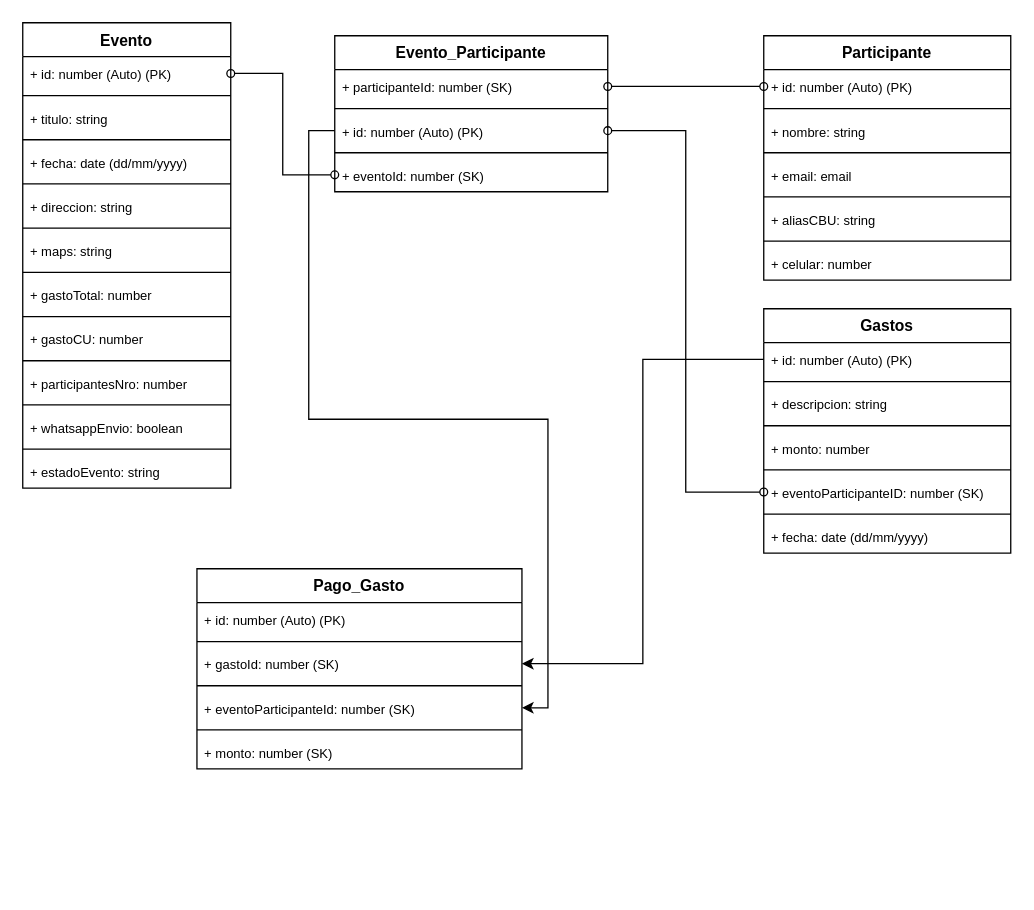
The draw.io diagram splitsmart.drawio in cbalucas/splitsmart, before the edit. Source tidied: cells renumbered, new cells numbered last; positions are measured from the earlier drawing's top-left corner, leaving out a move shared by most shapes. Both pictures are drawn from the tidied source at 130%, with x=0, y=0 at pixel (22, 22).
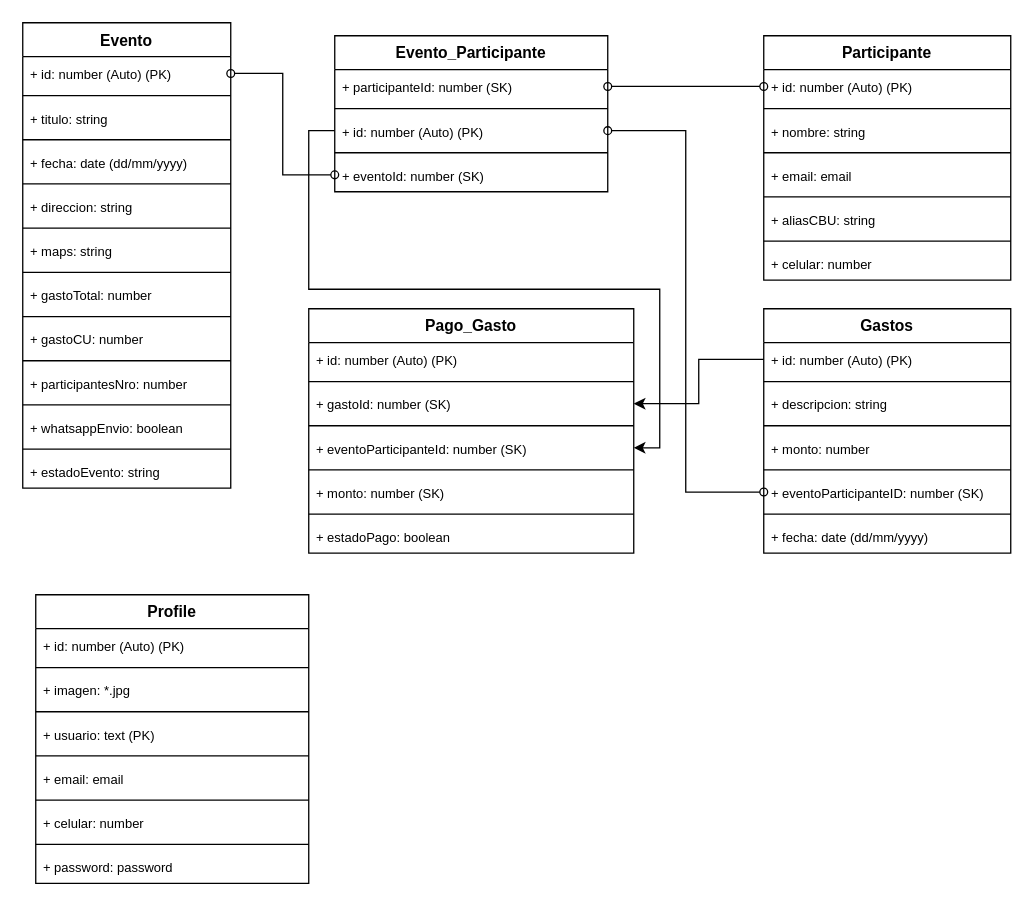
After the change.

What changed in the source:
```diff
@@
     <mxCell id="48" value="Pago_Gasto" style="swimlane;fontStyle=1;align=center;verticalAlign=top;horizontal=1;startSize=26;whiteSpace=wrap;html=1;" parent="1" vertex="1">
-      <mxGeometry x="134" y="420" width="250" height="154" as="geometry" />
+      <mxGeometry x="220" y="220" width="250" height="188" as="geometry" />
     </mxCell>
@@
+    <mxCell id="61" value="&lt;font style=&quot;font-size: 10px;&quot;&gt;+ monto: number (SK)&lt;/font&gt;" style="text;strokeColor=none;fillColor=none;align=left;verticalAlign=top;spacingLeft=4;spacingRight=4;overflow=hidden;whiteSpace=wrap;html=1;" parent="48" vertex="1">
+      <mxGeometry y="128" width="250" height="26" as="geometry" />
+    </mxCell>
+    <mxCell id="62" style="line;strokeWidth=1;fillColor=none;align=left;verticalAlign=middle;spacingTop=-1;spacingLeft=3;spacingRight=3;labelPosition=right;strokeColor=inherit;" parent="48" vertex="1">
+      <mxGeometry y="154" width="250" height="8" as="geometry" />
+    </mxCell>
-    <mxCell id="55" value="&lt;font style=&quot;font-size: 10px;&quot;&gt;+ monto: number (SK)&lt;/font&gt;" style="text;strokeColor=none;fillColor=none;align=left;verticalAlign=top;spacingLeft=4;spacingRight=4;overflow=hidden;whiteSpace=wrap;html=1;" parent="48" vertex="1">
-      <mxGeometry y="128" width="250" height="26" as="geometry" />
+    <mxCell id="55" value="&lt;font style=&quot;font-size: 10px;&quot;&gt;+ estadoPago: boolean&lt;/font&gt;" style="text;strokeColor=none;fillColor=none;align=left;verticalAlign=top;spacingLeft=4;spacingRight=4;overflow=hidden;whiteSpace=wrap;html=1;" parent="48" vertex="1">
+      <mxGeometry y="162" width="250" height="26" as="geometry" />
     </mxCell>
@@
+    <mxCell id="63" value="Profile" style="swimlane;fontStyle=1;align=center;verticalAlign=top;horizontal=1;startSize=26;whiteSpace=wrap;html=1;" parent="1" vertex="1">
+      <mxGeometry x="10" y="440" width="210" height="222" as="geometry" />
+    </mxCell>
+    <mxCell id="64" value="&lt;font style=&quot;font-size: 10px;&quot;&gt;+ id: number (Auto) (PK)&lt;/font&gt;" style="text;strokeColor=none;fillColor=none;align=left;verticalAlign=top;spacingLeft=4;spacingRight=4;overflow=hidden;whiteSpace=wrap;html=1;" parent="63" vertex="1">
+      <mxGeometry y="26" width="210" height="26" as="geometry" />
+    </mxCell>
+    <mxCell id="65" style="line;strokeWidth=1;fillColor=none;align=left;verticalAlign=middle;spacingTop=-1;spacingLeft=3;spacingRight=3;labelPosition=right;strokeColor=inherit;" parent="63" vertex="1">
+      <mxGeometry y="52" width="210" height="8" as="geometry" />
+    </mxCell>
+    <mxCell id="66" value="&lt;font style=&quot;font-size: 10px;&quot;&gt;+ imagen: *.jpg&lt;/font&gt;" style="text;strokeColor=none;fillColor=none;align=left;verticalAlign=top;spacingLeft=4;spacingRight=4;overflow=hidden;whiteSpace=wrap;html=1;" parent="63" vertex="1">
+      <mxGeometry y="60" width="210" height="26" as="geometry" />
+    </mxCell>
+    <mxCell id="67" style="line;strokeWidth=1;fillColor=none;align=left;verticalAlign=middle;spacingTop=-1;spacingLeft=3;spacingRight=3;labelPosition=right;strokeColor=inherit;" parent="63" vertex="1">
+      <mxGeometry y="86" width="210" height="8" as="geometry" />
+    </mxCell>
+    <mxCell id="68" value="&lt;font style=&quot;font-size: 10px;&quot;&gt;+ usuario: text (PK)&lt;/font&gt;" style="text;strokeColor=none;fillColor=none;align=left;verticalAlign=top;spacingLeft=4;spacingRight=4;overflow=hidden;whiteSpace=wrap;html=1;" parent="63" vertex="1">
+      <mxGeometry y="94" width="210" height="26" as="geometry" />
+    </mxCell>
+    <mxCell id="69" style="line;strokeWidth=1;fillColor=none;align=left;verticalAlign=middle;spacingTop=-1;spacingLeft=3;spacingRight=3;labelPosition=right;strokeColor=inherit;" parent="63" vertex="1">
+      <mxGeometry y="120" width="210" height="8" as="geometry" />
+    </mxCell>
+    <mxCell id="70" value="&lt;font style=&quot;font-size: 10px;&quot;&gt;+ email: email&lt;/font&gt;" style="text;strokeColor=none;fillColor=none;align=left;verticalAlign=top;spacingLeft=4;spacingRight=4;overflow=hidden;whiteSpace=wrap;html=1;" parent="63" vertex="1">
+      <mxGeometry y="128" width="210" height="26" as="geometry" />
+    </mxCell>
+    <mxCell id="71" style="line;strokeWidth=1;fillColor=none;align=left;verticalAlign=middle;spacingTop=-1;spacingLeft=3;spacingRight=3;labelPosition=right;strokeColor=inherit;" parent="63" vertex="1">
+      <mxGeometry y="154" width="210" height="8" as="geometry" />
+    </mxCell>
+    <mxCell id="72" value="&lt;font style=&quot;font-size: 10px;&quot;&gt;+ celular: number&lt;/font&gt;" style="text;strokeColor=none;fillColor=none;align=left;verticalAlign=top;spacingLeft=4;spacingRight=4;overflow=hidden;whiteSpace=wrap;html=1;" parent="63" vertex="1">
+      <mxGeometry y="162" width="210" height="26" as="geometry" />
+    </mxCell>
+    <mxCell id="73" style="line;strokeWidth=1;fillColor=none;align=left;verticalAlign=middle;spacingTop=-1;spacingLeft=3;spacingRight=3;labelPosition=right;strokeColor=inherit;" parent="63" vertex="1">
+      <mxGeometry y="188" width="210" height="8" as="geometry" />
+    </mxCell>
+    <mxCell id="74" value="&lt;font style=&quot;font-size: 10px;&quot;&gt;+ password: password&lt;/font&gt;" style="text;strokeColor=none;fillColor=none;align=left;verticalAlign=top;spacingLeft=4;spacingRight=4;overflow=hidden;whiteSpace=wrap;html=1;" parent="63" vertex="1">
+      <mxGeometry y="196" width="210" height="26" as="geometry" />
+    </mxCell>
```
